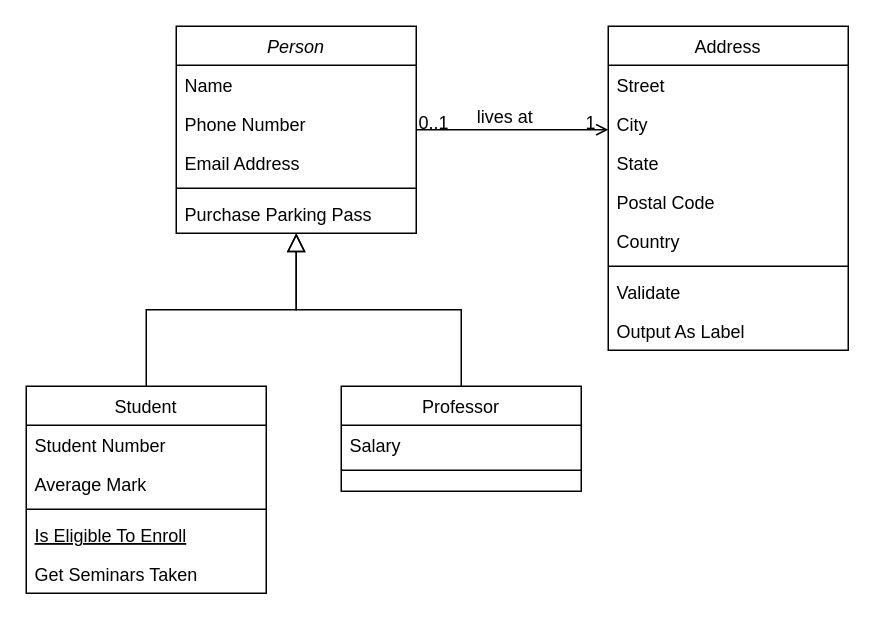
The draw.io diagram Dự án 1 - Nhóm 1.drawio in ShiroNeee/du_an_1, before the edit. Source tidied: cells renumbered, new cells numbered last; positions are measured from the earlier drawing's top-left corner, leaving out a move shared by most shapes. Both pictures are drawn from the tidied source at 150%, with x=0, y=0 at pixel (26, 26).
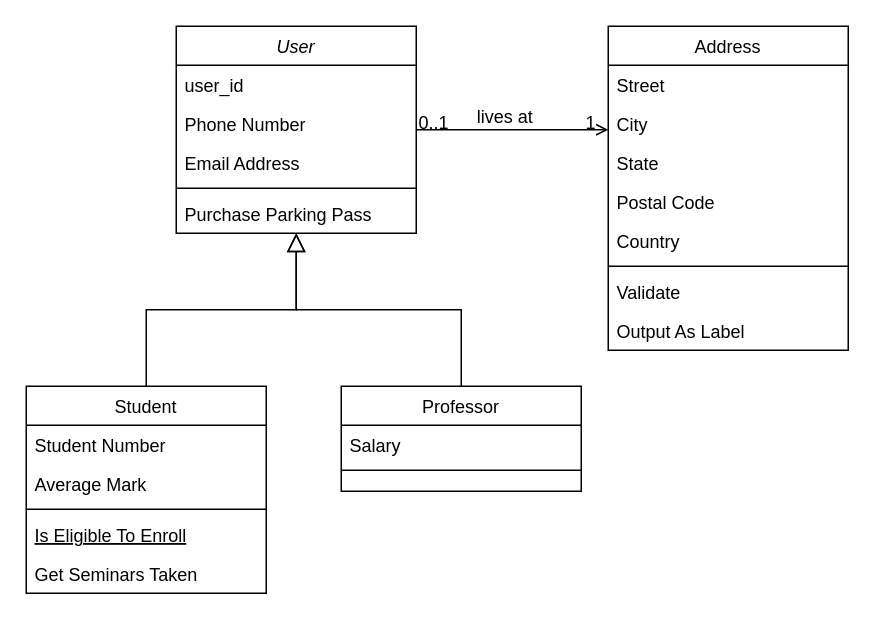
The same page after the edit.

Commit message (it also covers changes not shown here):
Cập nhật Dự án 1 - Nhóm 1.drawio

Change to the diagram source:
```diff
@@
-    <mxCell id="2" value="Person" style="swimlane;fontStyle=2;align=center;verticalAlign=top;horizontal=1;startSize=26;rounded=0;shadow=0;strokeWidth=1;" parent="1" vertex="1">
+    <mxCell id="2" value="User" style="swimlane;fontStyle=2;align=center;verticalAlign=top;horizontal=1;startSize=26;rounded=0;shadow=0;strokeWidth=1;" parent="1" vertex="1">
       <mxGeometry x="100" width="160" height="138" as="geometry" />
     </mxCell>
-    <mxCell id="3" value="Name" style="text;align=left;verticalAlign=top;spacingLeft=4;spacingRight=4;overflow=hidden;" parent="2" vertex="1">
+    <mxCell id="3" value="user_id" style="text;align=left;verticalAlign=top;spacingLeft=4;spacingRight=4;overflow=hidden;" parent="2" vertex="1">
       <mxGeometry y="26" width="160" height="26" as="geometry" />
     </mxCell>
```
